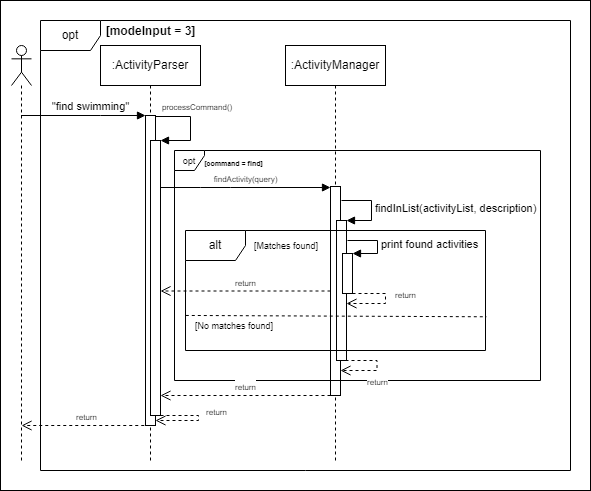
Earlier version of the draw.io export docs/Images(DG)/FindActivity.drawio.png (parasytezz/tp). Source tidied: cells renumbered, new cells last; positions are measured from the earlier drawing's top-left corner, leaving out a move shared by most shapes.
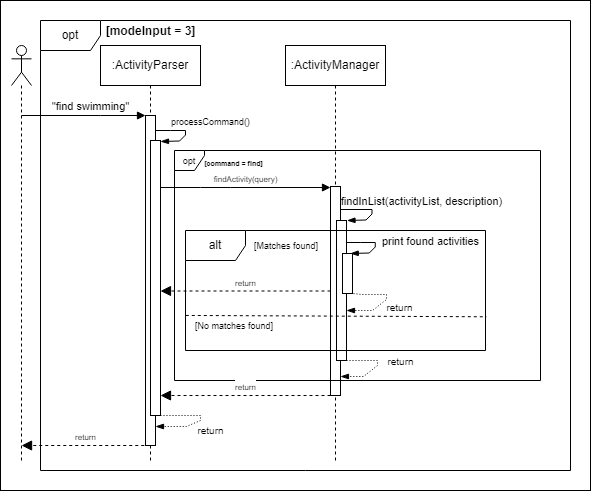
Above is the later version.

Diff of the diagram source:
```diff
@@ -5,11 +5,48 @@
     <mxCell id="2" style="rounded=0;whiteSpace=wrap;html=1;" parent="1" vertex="1">
       <mxGeometry width="590" height="490" as="geometry" />
     </mxCell>
+    <mxCell id="21" value="print found activities" style="html=1;verticalAlign=bottom;endArrow=blockThin;curved=0;rounded=0;endFill=1;" parent="1" edge="1">
+      <mxGeometry x="0.19" y="55" relative="1" as="geometry">
+        <mxPoint x="339.2" y="242" as="sourcePoint" />
+        <mxPoint x="349.8" y="253" as="targetPoint" />
+        <Array as="points">
+          <mxPoint x="359.8" y="242" />
+          <mxPoint x="374.8" y="242" />
+          <mxPoint x="374.8" y="246.5" />
+          <mxPoint x="368.8" y="252.5" />
+        </Array>
+        <mxPoint x="16" y="-35" as="offset" />
+      </mxGeometry>
+    </mxCell>
+    <mxCell id="19" value="findInList(activityList, description)" style="html=1;verticalAlign=bottom;endArrow=blockThin;curved=0;rounded=0;endFill=1;" parent="1" edge="1">
+      <mxGeometry x="0.08" y="49" relative="1" as="geometry">
+        <mxPoint x="336" y="209" as="sourcePoint" />
+        <mxPoint x="346.5" y="220" as="targetPoint" />
+        <Array as="points">
+          <mxPoint x="356.5" y="209" />
+          <mxPoint x="371.5" y="209" />
+          <mxPoint x="371.5" y="213.5" />
+          <mxPoint x="365.5" y="219.5" />
+        </Array>
+      </mxGeometry>
+    </mxCell>
+    <mxCell id="10" value="&lt;font style=&quot;font-size: 9px;&quot;&gt;processCommand()&lt;/font&gt;" style="html=1;verticalAlign=bottom;endArrow=blockThin;curved=0;rounded=0;endFill=1;" parent="1" edge="1">
+      <mxGeometry x="0.05" y="25" relative="1" as="geometry">
+        <mxPoint x="149.5" y="130" as="sourcePoint" />
+        <mxPoint x="160" y="141" as="targetPoint" />
+        <Array as="points">
+          <mxPoint x="170" y="130" />
+          <mxPoint x="185" y="130" />
+          <mxPoint x="185" y="134.5" />
+          <mxPoint x="179" y="140.5" />
+        </Array>
+      </mxGeometry>
+    </mxCell>
     <mxCell id="3" value=":ActivityParser" style="shape=umlLifeline;perimeter=lifelinePerimeter;whiteSpace=wrap;html=1;newEdgeStyle={&quot;curved&quot;:0,&quot;rounded&quot;:0};" parent="1" vertex="1">
       <mxGeometry x="100" y="45" width="100" height="415" as="geometry" />
     </mxCell>
     <mxCell id="4" style="html=1;points=[[0,0,0,0,5],[0,1,0,0,-5],[1,0,0,0,5],[1,1,0,0,-5]];perimeter=orthogonalPerimeter;outlineConnect=0;targetShapes=umlLifeline;portConstraint=eastwest;newEdgeStyle={&quot;curved&quot;:0,&quot;rounded&quot;:0};" parent="3" vertex="1">
-      <mxGeometry x="45" y="70" width="10" height="310" as="geometry" />
+      <mxGeometry x="45" y="70" width="10" height="330" as="geometry" />
     </mxCell>
     <mxCell id="5" style="html=1;points=[[0,0,0,0,5],[0,1,0,0,-5],[1,0,0,0,5],[1,1,0,0,-5]];perimeter=orthogonalPerimeter;outlineConnect=0;targetShapes=umlLifeline;portConstraint=eastwest;newEdgeStyle={&quot;curved&quot;:0,&quot;rounded&quot;:0};" parent="3" vertex="1">
       <mxGeometry x="50" y="95" width="10" height="275" as="geometry" />
@@ -30,15 +67,6 @@
     <mxCell id="9" value="[modeInput = 3]" style="text;align=center;fontStyle=1;verticalAlign=middle;spacingLeft=3;spacingRight=3;strokeColor=none;html=1;" parent="1" vertex="1">
       <mxGeometry x="115" y="23" width="70" height="16" as="geometry" />
     </mxCell>
-    <mxCell id="10" value="&lt;font style=&quot;font-size: 8px;&quot;&gt;processCommand()&lt;/font&gt;" style="html=1;align=left;spacingLeft=2;endArrow=block;rounded=0;edgeStyle=orthogonalEdgeStyle;curved=0;rounded=0;" parent="1" edge="1" target="5">
-      <mxGeometry x="-0.94" y="10" relative="1" as="geometry">
-        <mxPoint x="155" y="116" as="sourcePoint" />
-        <Array as="points">
-          <mxPoint x="190" y="116" />
-          <mxPoint x="190" y="140" />
-        </Array>
-      </mxGeometry>
-    </mxCell>
     <mxCell id="11" value=":ActivityManager" style="shape=umlLifeline;perimeter=lifelinePerimeter;whiteSpace=wrap;html=1;newEdgeStyle={&quot;curved&quot;:0,&quot;rounded&quot;:0};" parent="1" vertex="1">
       <mxGeometry x="285" y="45" width="100" height="415" as="geometry" />
     </mxCell>
@@ -59,50 +87,21 @@
     <mxCell id="15" value="&lt;font style=&quot;font-size: 7px;&quot;&gt;[command = find]&lt;/font&gt;" style="text;align=center;fontStyle=1;verticalAlign=middle;spacingLeft=3;spacingRight=3;strokeColor=none;html=1;" parent="1" vertex="1">
       <mxGeometry x="198" y="154" width="70" height="16" as="geometry" />
     </mxCell>
-    <mxCell id="16" value="&lt;font style=&quot;font-size: 8px;&quot;&gt;return&lt;/font&gt;" style="html=1;verticalAlign=bottom;endArrow=open;dashed=1;endSize=8;curved=0;rounded=0;" parent="1" edge="1" source="12" target="5">
+    <mxCell id="16" value="&lt;font style=&quot;font-size: 8px;&quot;&gt;return&lt;/font&gt;" style="html=1;verticalAlign=bottom;endArrow=block;dashed=1;endSize=8;curved=0;rounded=0;endFill=1;" parent="1" edge="1" source="12" target="5">
       <mxGeometry relative="1" as="geometry" />
     </mxCell>
-    <mxCell id="17" value="&lt;font style=&quot;font-size: 8px;&quot;&gt;return&lt;/font&gt;" style="html=1;verticalAlign=bottom;endArrow=open;dashed=1;endSize=8;curved=0;rounded=0;" parent="1" edge="1">
+    <mxCell id="17" value="&lt;font style=&quot;font-size: 8px;&quot;&gt;return&lt;/font&gt;" style="html=1;verticalAlign=bottom;endArrow=block;dashed=1;endSize=8;curved=0;rounded=0;endFill=1;" parent="1" edge="1">
       <mxGeometry relative="1" as="geometry">
-        <mxPoint x="149.8" y="425" as="sourcePoint" />
-        <mxPoint x="21.1" y="425" as="targetPoint" />
+        <mxPoint x="149.8" y="445" as="sourcePoint" />
+        <mxPoint x="21.1" y="445" as="targetPoint" />
       </mxGeometry>
     </mxCell>
     <mxCell id="18" style="html=1;points=[[0,0,0,0,5],[0,1,0,0,-5],[1,0,0,0,5],[1,1,0,0,-5]];perimeter=orthogonalPerimeter;outlineConnect=0;targetShapes=umlLifeline;portConstraint=eastwest;newEdgeStyle={&quot;curved&quot;:0,&quot;rounded&quot;:0};" parent="1" vertex="1">
       <mxGeometry x="336" y="220" width="10" height="140" as="geometry" />
     </mxCell>
-    <mxCell id="19" value="findInList(activityList, description)" style="html=1;align=left;spacingLeft=2;endArrow=block;rounded=0;edgeStyle=orthogonalEdgeStyle;curved=0;rounded=0;" parent="1" edge="1" target="18">
-      <mxGeometry relative="1" as="geometry">
-        <mxPoint x="341" y="200" as="sourcePoint" />
-        <Array as="points">
-          <mxPoint x="371" y="200" />
-          <mxPoint x="371" y="220" />
-        </Array>
-      </mxGeometry>
-    </mxCell>
     <mxCell id="20" style="html=1;points=[[0,0,0,0,5],[0,1,0,0,-5],[1,0,0,0,5],[1,1,0,0,-5]];perimeter=orthogonalPerimeter;outlineConnect=0;targetShapes=umlLifeline;portConstraint=eastwest;newEdgeStyle={&quot;curved&quot;:0,&quot;rounded&quot;:0};" parent="1" vertex="1">
       <mxGeometry x="342" y="253" width="10" height="40" as="geometry" />
     </mxCell>
-    <mxCell id="21" value="print found activities" style="html=1;align=left;spacingLeft=2;endArrow=block;rounded=0;edgeStyle=orthogonalEdgeStyle;curved=0;rounded=0;" parent="1" edge="1" target="20">
-      <mxGeometry relative="1" as="geometry">
-        <mxPoint x="347" y="240" as="sourcePoint" />
-        <Array as="points">
-          <mxPoint x="347" y="240" />
-          <mxPoint x="377" y="240" />
-          <mxPoint x="377" y="253" />
-        </Array>
-      </mxGeometry>
-    </mxCell>
-    <mxCell id="22" value="&lt;font style=&quot;font-size: 8px;&quot;&gt;return&lt;/font&gt;" style="html=1;verticalAlign=bottom;endArrow=open;dashed=1;endSize=8;curved=0;rounded=0;" parent="1" edge="1" source="20">
-      <mxGeometry x="0.05" y="-20" relative="1" as="geometry">
-        <mxPoint x="346" y="303" as="targetPoint" />
-        <Array as="points">
-          <mxPoint x="385" y="293" />
-          <mxPoint x="385" y="303" />
-        </Array>
-        <mxPoint x="20" y="20" as="offset" />
-      </mxGeometry>
-    </mxCell>
     <mxCell id="23" value="alt" style="shape=umlFrame;whiteSpace=wrap;html=1;" parent="1" vertex="1">
       <mxGeometry x="185" y="230" width="300" height="120" as="geometry" />
     </mxCell>
@@ -115,33 +114,49 @@
     <mxCell id="26" value="&lt;font style=&quot;font-size: 9px;&quot;&gt;[No matches found]&lt;/font&gt;" style="text;html=1;align=center;verticalAlign=middle;whiteSpace=wrap;rounded=0;" parent="1" vertex="1">
       <mxGeometry x="174" y="310" width="120" height="30" as="geometry" />
     </mxCell>
-    <mxCell id="27" value="&lt;font style=&quot;font-size: 8px;&quot;&gt;return&lt;/font&gt;" style="html=1;verticalAlign=bottom;endArrow=open;dashed=1;endSize=8;curved=0;rounded=0;" parent="1" edge="1">
-      <mxGeometry x="0.05" y="-20" relative="1" as="geometry">
-        <mxPoint x="160" y="415" as="sourcePoint" />
-        <mxPoint x="155" y="420" as="targetPoint" />
-        <Array as="points">
-          <mxPoint x="198" y="415" />
-          <mxPoint x="198" y="420" />
-        </Array>
-        <mxPoint x="20" y="20" as="offset" />
-      </mxGeometry>
-    </mxCell>
-    <mxCell id="28" value="&lt;font style=&quot;font-size: 8px;&quot;&gt;return&lt;/font&gt;" style="html=1;verticalAlign=bottom;endArrow=open;dashed=1;endSize=8;curved=0;rounded=0;" parent="1" edge="1">
+    <mxCell id="28" value="&lt;font style=&quot;font-size: 8px;&quot;&gt;return&lt;/font&gt;" style="html=1;verticalAlign=bottom;endArrow=block;dashed=1;endSize=8;curved=0;rounded=0;endFill=1;" parent="1" edge="1">
       <mxGeometry relative="1" as="geometry">
         <mxPoint x="330" y="395" as="sourcePoint" />
         <mxPoint x="160" y="395" as="targetPoint" />
       </mxGeometry>
     </mxCell>
-    <mxCell id="29" value="&lt;font style=&quot;font-size: 8px;&quot;&gt;return&lt;/font&gt;" style="html=1;verticalAlign=bottom;endArrow=open;dashed=1;endSize=8;curved=0;rounded=0;" parent="1" edge="1">
-      <mxGeometry x="0.05" y="-20" relative="1" as="geometry">
-        <mxPoint x="345" y="360" as="sourcePoint" />
-        <mxPoint x="340" y="370" as="targetPoint" />
-        <Array as="points">
-          <mxPoint x="376.5" y="360" />
-          <mxPoint x="376.5" y="370" />
-        </Array>
-        <mxPoint x="20" y="20" as="offset" />
-      </mxGeometry>
-    </mxCell>
+    <mxCell id="30" value="&lt;font style=&quot;font-size: 10px;&quot;&gt;return&lt;/font&gt;" style="html=1;verticalAlign=bottom;endArrow=blockThin;curved=0;rounded=0;endFill=1;dashed=1;dashPattern=1 2;" parent="1" edge="1">
+      <mxGeometry x="0.01" y="22" relative="1" as="geometry">
+        <mxPoint x="353" y="293" as="sourcePoint" />
+        <mxPoint x="346" y="310" as="targetPoint" />
+        <Array as="points">
+          <mxPoint x="361" y="294" />
+          <mxPoint x="386" y="294" />
+          <mxPoint x="386" y="299" />
+          <mxPoint x="372" y="310" />
+        </Array>
+        <mxPoint x="2" y="-2" as="offset" />
+      </mxGeometry>
+    </mxCell>
+    <mxCell id="31" value="&lt;font style=&quot;font-size: 10px;&quot;&gt;return&lt;/font&gt;" style="html=1;verticalAlign=bottom;endArrow=blockThin;curved=0;rounded=0;exitX=1;exitY=0;exitDx=0;exitDy=5;exitPerimeter=0;endFill=1;dashed=1;dashPattern=1 2;" parent="1" edge="1">
+      <mxGeometry x="0.05" y="24" relative="1" as="geometry">
+        <mxPoint x="337" y="360" as="sourcePoint" />
+        <mxPoint x="340" y="376" as="targetPoint" />
+        <Array as="points">
+          <mxPoint x="352" y="360" />
+          <mxPoint x="377" y="360" />
+          <mxPoint x="377" y="365" />
+          <mxPoint x="363" y="376" />
+        </Array>
+        <mxPoint x="8" y="-14" as="offset" />
+      </mxGeometry>
+    </mxCell>
+    <mxCell id="32" value="&lt;font style=&quot;font-size: 10px;&quot;&gt;return&lt;/font&gt;" style="html=1;verticalAlign=bottom;endArrow=blockThin;curved=0;rounded=0;endFill=1;dashed=1;dashPattern=1 2;" parent="1" edge="1">
+      <mxGeometry x="0.01" y="22" relative="1" as="geometry">
+        <mxPoint x="160" y="415" as="sourcePoint" />
+        <mxPoint x="155" y="426" as="targetPoint" />
+        <Array as="points">
+          <mxPoint x="200" y="415" />
+          <mxPoint x="200" y="420" />
+          <mxPoint x="186" y="426" />
+        </Array>
+        <mxPoint x="2" y="-2" as="offset" />
+      </mxGeometry>
+    </mxCell>
   </root>
 </mxGraphModel>
```
